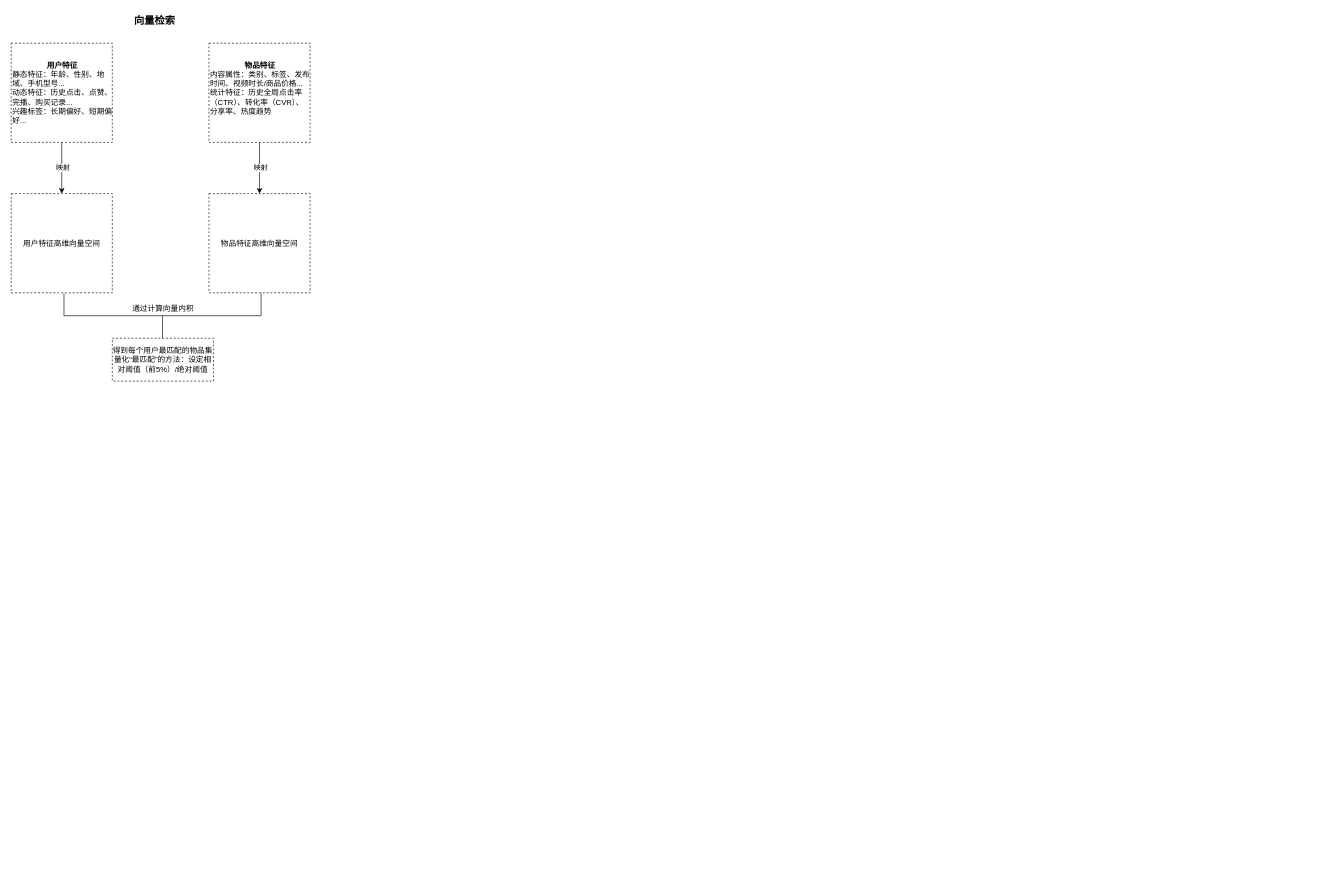
Before: 向量检索.drawio in zoeyhuu/First-Project, a draw.io diagram. Source tidied: cells renumbered, new cells numbered last; positions are measured from the earlier drawing's top-left corner, leaving out a move shared by most shapes. Both pictures are drawn from the tidied source at 64%, with x=0, y=0 at pixel (11, 11).
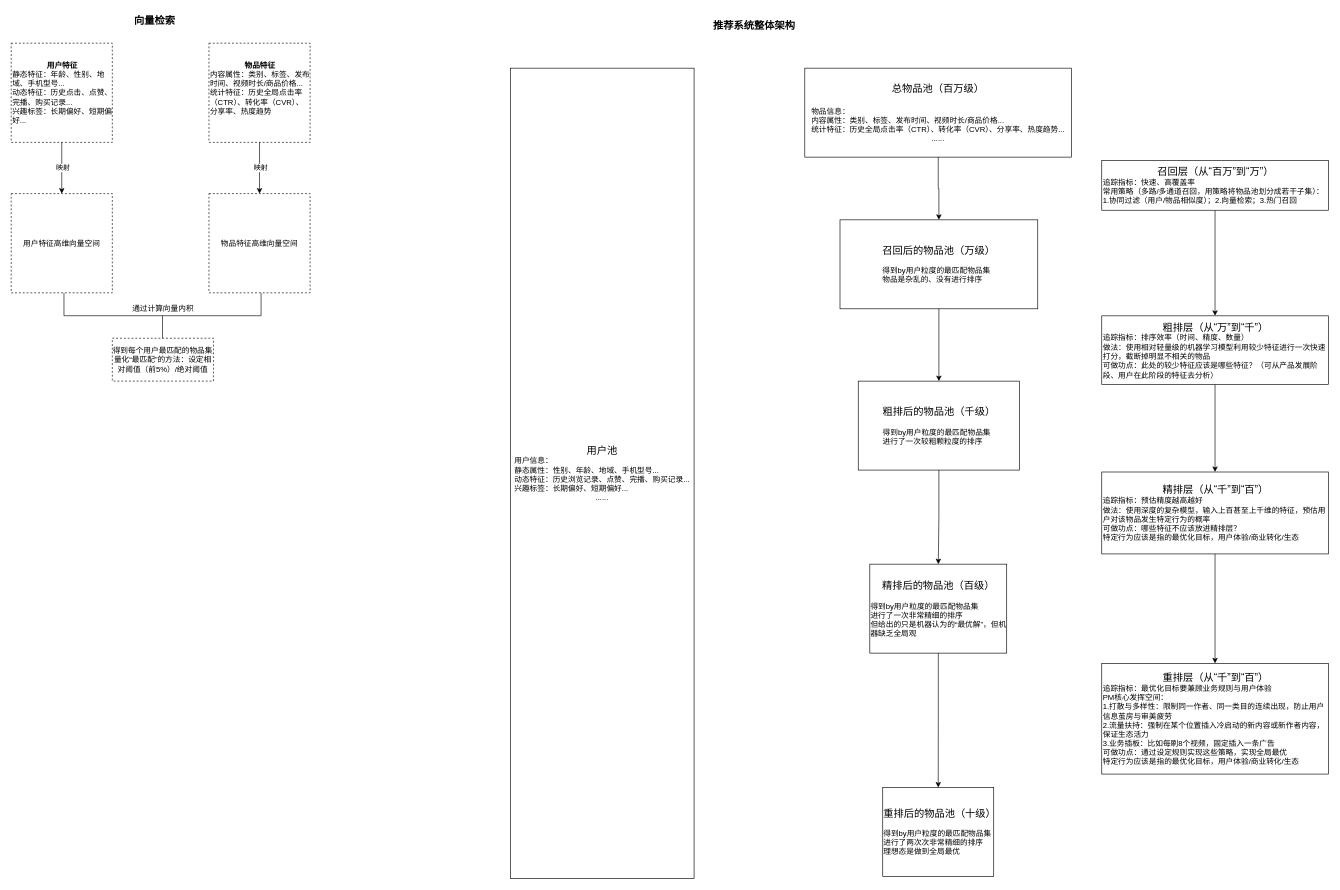
After the change.

Commit message:
更新向量检索.drawio

Diff of the diagram source:
```diff
@@
+    <mxCell id="14" value="&lt;font style=&quot;font-size: 16px;&quot;&gt;&lt;b&gt;推荐系统整体架构&lt;/b&gt;&lt;/font&gt;" style="text;html=1;whiteSpace=wrap;strokeColor=none;fillColor=none;align=center;verticalAlign=middle;rounded=0;" parent="1" vertex="1">
+      <mxGeometry x="1058" y="8" width="206" height="30" as="geometry" />
+    </mxCell>
+    <mxCell id="15" value="&lt;font style=&quot;font-size: 16px;&quot;&gt;用户池&lt;/font&gt;&lt;div style=&quot;text-align: left;&quot;&gt;用户信息：&lt;/div&gt;&lt;div style=&quot;text-align: left;&quot;&gt;静态属性：性别、年龄、地域、手机型号...&lt;/div&gt;&lt;div style=&quot;text-align: left;&quot;&gt;动态特征：历史浏览记录、点赞、完播、购买记录...&lt;/div&gt;&lt;div style=&quot;text-align: left;&quot;&gt;兴趣标签：长期偏好、短期偏好...&lt;/div&gt;&lt;div&gt;......&lt;/div&gt;" style="rounded=0;whiteSpace=wrap;html=1;fillColor=none;" parent="1" vertex="1">
+      <mxGeometry x="780" y="89" width="287" height="1266" as="geometry" />
+    </mxCell>
+    <mxCell id="16" style="edgeStyle=orthogonalEdgeStyle;rounded=0;jettySize=auto;html=1;" parent="1" edge="1" source="17" target="19">
+      <mxGeometry relative="1" as="geometry" />
+    </mxCell>
+    <mxCell id="17" value="&lt;font style=&quot;font-size: 16px;&quot;&gt;总物品池（百万级）&lt;/font&gt;&lt;div&gt;&lt;span style=&quot;font-size: 16px;&quot;&gt;&lt;br&gt;&lt;/span&gt;&lt;div style=&quot;text-align: left;&quot;&gt;物品信息：&lt;/div&gt;&lt;div style=&quot;text-align: left;&quot;&gt;内容属性：类别、标签、发布时间、视频时长/商品价格...&lt;/div&gt;&lt;div style=&quot;text-align: left;&quot;&gt;统计特征：历史全局点击率（CTR）、转化率（CVR）、分享率、热度趋势...&lt;/div&gt;&lt;div&gt;......&lt;/div&gt;&lt;/div&gt;" style="rounded=0;whiteSpace=wrap;html=1;fillColor=none;" parent="1" vertex="1">
+      <mxGeometry x="1240" y="89" width="417" height="139" as="geometry" />
+    </mxCell>
+    <mxCell id="18" style="edgeStyle=orthogonalEdgeStyle;rounded=0;jettySize=auto;html=1;" parent="1" edge="1" source="19" target="23">
+      <mxGeometry relative="1" as="geometry" />
+    </mxCell>
+    <mxCell id="19" value="&lt;font style=&quot;font-size: 16px;&quot;&gt;召回后的物品池（万级）&lt;/font&gt;&lt;div&gt;&lt;div&gt;&lt;br&gt;&lt;div style=&quot;text-align: left;&quot;&gt;得到by用户粒度的最匹配物品集&lt;/div&gt;&lt;/div&gt;&lt;/div&gt;&lt;div style=&quot;text-align: left;&quot;&gt;物品是杂乱的、没有进行排序&lt;/div&gt;" style="rounded=0;whiteSpace=wrap;html=1;fillColor=none;" parent="1" vertex="1">
+      <mxGeometry x="1295" y="326" width="309" height="139" as="geometry" />
+    </mxCell>
+    <mxCell id="20" style="edgeStyle=orthogonalEdgeStyle;rounded=0;jettySize=auto;html=1;exitX=0.5;exitY=1;exitDx=0;exitDy=0;entryX=0.5;entryY=0;entryDx=0;entryDy=0;" parent="1" edge="1" source="21" target="25">
+      <mxGeometry relative="1" as="geometry" />
+    </mxCell>
+    <mxCell id="21" value="&lt;div style=&quot;text-align: center;&quot;&gt;&lt;span style=&quot;background-color: transparent; color: light-dark(rgb(0, 0, 0), rgb(255, 255, 255));&quot;&gt;&lt;font style=&quot;font-size: 16px;&quot;&gt;召回层（从“百万”到“万”）&lt;/font&gt;&lt;/span&gt;&lt;/div&gt;&lt;div&gt;追踪指标：快速、高覆盖率&lt;/div&gt;&lt;div&gt;常用策略（多路/多通道召回，用策略将物品池划分成若干子集）：1.协同过滤（用户/物品相似度）；2.向量检索；3.热门召回&lt;/div&gt;" style="rounded=0;whiteSpace=wrap;html=1;align=left;" parent="1" vertex="1">
+      <mxGeometry x="1704" y="233" width="354" height="78" as="geometry" />
+    </mxCell>
+    <mxCell id="22" style="edgeStyle=orthogonalEdgeStyle;rounded=0;jettySize=auto;html=1;" parent="1" edge="1" source="23" target="27">
+      <mxGeometry relative="1" as="geometry" />
+    </mxCell>
+    <mxCell id="23" value="&lt;font style=&quot;font-size: 16px;&quot;&gt;粗排后的物品池（千级）&lt;/font&gt;&lt;div&gt;&lt;div&gt;&lt;br&gt;&lt;div style=&quot;text-align: left;&quot;&gt;得到by用户粒度的最匹配物品集&lt;/div&gt;&lt;/div&gt;&lt;/div&gt;&lt;div style=&quot;text-align: left;&quot;&gt;进行了一次较粗颗粒度的排序&lt;/div&gt;" style="rounded=0;whiteSpace=wrap;html=1;fillColor=none;" parent="1" vertex="1">
+      <mxGeometry x="1323.5" y="578" width="252" height="139" as="geometry" />
+    </mxCell>
+    <mxCell id="24" style="edgeStyle=orthogonalEdgeStyle;rounded=0;jettySize=auto;html=1;exitX=0.5;exitY=1;exitDx=0;exitDy=0;entryX=0.5;entryY=0;entryDx=0;entryDy=0;" parent="1" edge="1" source="25" target="29">
+      <mxGeometry relative="1" as="geometry" />
+    </mxCell>
+    <mxCell id="25" value="&lt;div style=&quot;text-align: center;&quot;&gt;&lt;span style=&quot;background-color: transparent; color: light-dark(rgb(0, 0, 0), rgb(255, 255, 255));&quot;&gt;&lt;font style=&quot;font-size: 16px;&quot;&gt;粗排层（从“万”到“千”）&lt;/font&gt;&lt;/span&gt;&lt;/div&gt;&lt;div&gt;追踪指标：排序效率（时间、精度、数量）&lt;/div&gt;&lt;div&gt;做法：使用相对轻量级的机器学习模型利用较少特征进行一次快速打分，截断掉明显不相关的物品&lt;/div&gt;&lt;div&gt;可做功点：此处的较少特征应该是哪些特征？（可从产品发展阶段、用户在此阶段的特征去分析）&lt;/div&gt;" style="rounded=0;whiteSpace=wrap;html=1;align=left;" parent="1" vertex="1">
+      <mxGeometry x="1704" y="476" width="354" height="107" as="geometry" />
+    </mxCell>
+    <mxCell id="26" style="edgeStyle=orthogonalEdgeStyle;rounded=0;jettySize=auto;html=1;" parent="1" edge="1" source="27" target="30">
+      <mxGeometry relative="1" as="geometry" />
+    </mxCell>
+    <mxCell id="27" value="&lt;font style=&quot;font-size: 16px;&quot;&gt;精排后的物品池（百级）&lt;/font&gt;&lt;div&gt;&lt;div&gt;&lt;br&gt;&lt;div style=&quot;text-align: left;&quot;&gt;得到by用户粒度的最匹配物品集&lt;/div&gt;&lt;/div&gt;&lt;/div&gt;&lt;div style=&quot;text-align: left;&quot;&gt;进行了一次非常精细的排序&lt;/div&gt;&lt;div style=&quot;text-align: left;&quot;&gt;但给出的只是机器认为的“最优解”，但机器缺乏全局观&lt;/div&gt;" style="rounded=0;whiteSpace=wrap;html=1;fillColor=none;" parent="1" vertex="1">
+      <mxGeometry x="1341.6" y="864" width="213.9" height="139" as="geometry" />
+    </mxCell>
+    <mxCell id="28" style="edgeStyle=orthogonalEdgeStyle;rounded=0;jettySize=auto;html=1;exitX=0.5;exitY=1;exitDx=0;exitDy=0;entryX=0.5;entryY=0;entryDx=0;entryDy=0;" parent="1" edge="1" source="29" target="31">
+      <mxGeometry relative="1" as="geometry" />
+    </mxCell>
+    <mxCell id="29" value="&lt;div style=&quot;text-align: center;&quot;&gt;&lt;span style=&quot;background-color: transparent; color: light-dark(rgb(0, 0, 0), rgb(255, 255, 255));&quot;&gt;&lt;font style=&quot;font-size: 16px;&quot;&gt;精排层（从“千”到“百”）&lt;/font&gt;&lt;/span&gt;&lt;/div&gt;&lt;div&gt;追踪指标：预估精度越高越好&lt;/div&gt;&lt;div&gt;做法：使用深度的复杂模型，输入上百甚至上千维的特征，预估用户对该物品发生特定行为的概率&lt;/div&gt;&lt;div&gt;可做功点：哪些特征不应该放进精排层？&lt;/div&gt;&lt;div&gt;特定行为应该是指的最优化目标，用户体验/商业转化/生态&lt;/div&gt;" style="rounded=0;whiteSpace=wrap;html=1;align=left;" parent="1" vertex="1">
+      <mxGeometry x="1704" y="720" width="354" height="128" as="geometry" />
+    </mxCell>
+    <mxCell id="30" value="&lt;font style=&quot;font-size: 16px;&quot;&gt;重排后的物品池（十级）&lt;/font&gt;&lt;div&gt;&lt;div&gt;&lt;br&gt;&lt;div style=&quot;text-align: left;&quot;&gt;得到by用户粒度的最匹配物品集&lt;/div&gt;&lt;/div&gt;&lt;/div&gt;&lt;div style=&quot;text-align: left;&quot;&gt;进行了两次次非常精细的排序&lt;/div&gt;&lt;div style=&quot;text-align: left;&quot;&gt;理想态是做到全局最优&lt;/div&gt;" style="rounded=0;whiteSpace=wrap;html=1;fillColor=none;" parent="1" vertex="1">
+      <mxGeometry x="1361.8" y="1213" width="173.4" height="139" as="geometry" />
+    </mxCell>
+    <mxCell id="31" value="&lt;div style=&quot;text-align: center;&quot;&gt;&lt;span style=&quot;background-color: transparent; color: light-dark(rgb(0, 0, 0), rgb(255, 255, 255));&quot;&gt;&lt;font style=&quot;font-size: 16px;&quot;&gt;重排层（从“千”到“百”）&lt;/font&gt;&lt;/span&gt;&lt;/div&gt;&lt;div&gt;追踪指标：最优化目标要兼顾业务规则与用户体验&lt;/div&gt;&lt;div&gt;PM核心发挥空间：&lt;/div&gt;&lt;div&gt;1.打散与多样性：限制同一作者、同一类目的连续出现，防止用户信息茧房与审美疲劳&lt;/div&gt;&lt;div&gt;2.流量扶持：强制在某个位置插入冷启动的新内容或新作者内容，保证生态活力&lt;/div&gt;&lt;div&gt;3.业务插板：比如每刷8个视频，固定插入一条广告&lt;/div&gt;&lt;div&gt;可做功点：通过设定规则实现这些策略，实现全局最优&lt;/div&gt;&lt;div&gt;特定行为应该是指的最优化目标，用户体验/商业转化/生态&lt;/div&gt;" style="rounded=0;whiteSpace=wrap;html=1;align=left;" parent="1" vertex="1">
+      <mxGeometry x="1704" y="1019" width="354" height="173" as="geometry" />
+    </mxCell>
```
